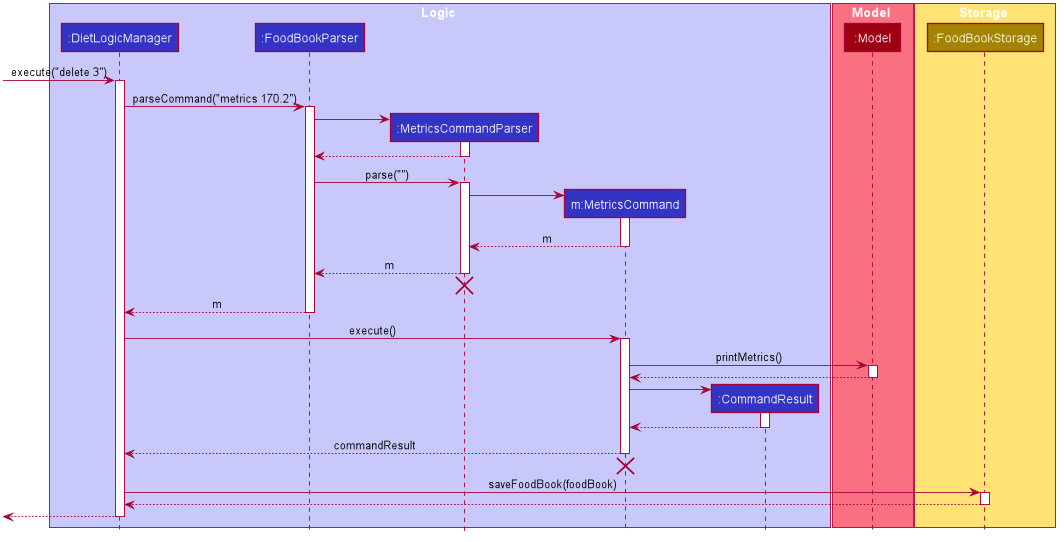
Earlier version of the PlantUML export images/DietTrackerMetricsCommandSequenceDiagram.png (AY1920S2-CS2103T-W13-1/main).
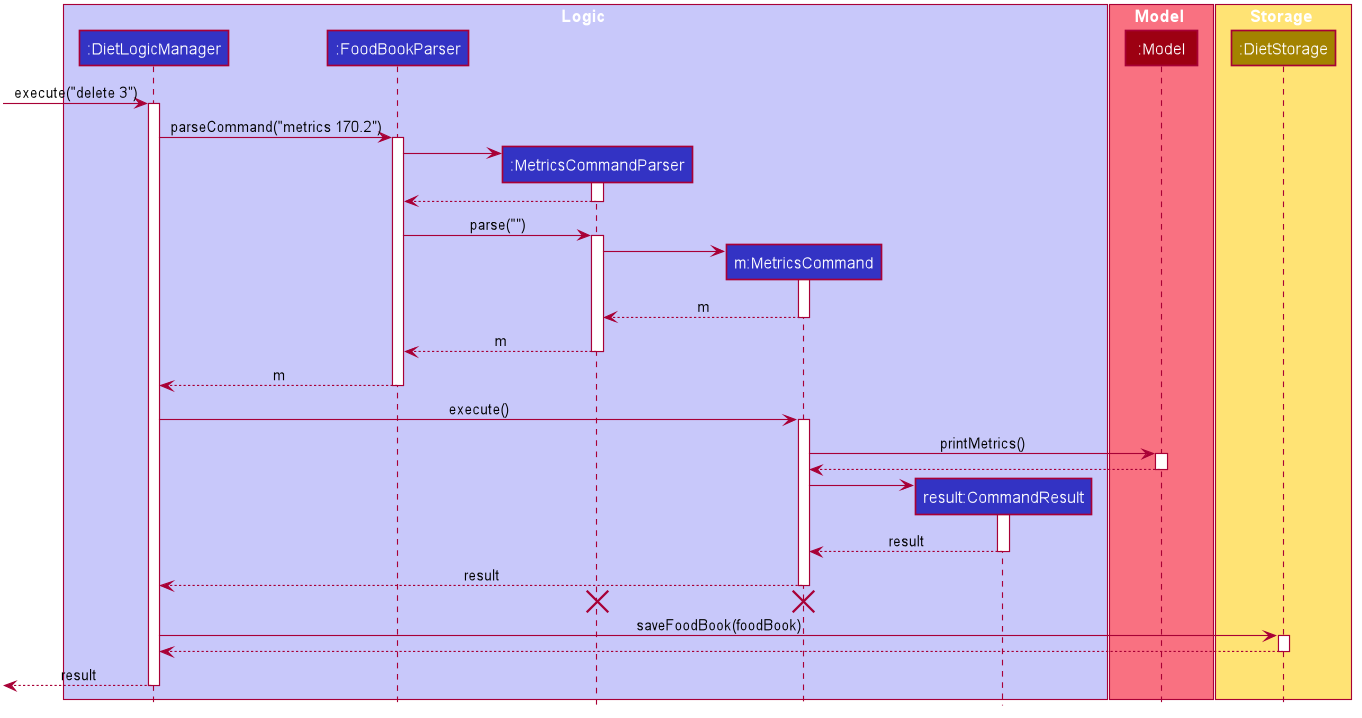
The same diagram one commit later.

Diff of the diagram source:
```diff
@@ -54,7 +54,7 @@
 participant ":FoodBookParser" as FoodBookParser #3333C4
 participant ":MetricsCommandParser" as MetricsCommandParser #3333C4
 participant "m:MetricsCommand" as MetricsCommand #3333C4
-participant ":CommandResult" as CommandResult #3333C4
+participant "result:CommandResult" as CommandResult #3333C4
 end box
 
 box Model #F97181
@@ -62,7 +62,7 @@
 end box
 
 box Storage #FFE374
-participant ":FoodBookStorage" as FoodBookStorage #A38300
+participant ":DietStorage" as FoodBookStorage #A38300
 end box
 
 [-> LogicManager : execute("delete 3")
@@ -90,8 +90,6 @@
 
 MetricsCommandParser --> FoodBookParser : m
 deactivate MetricsCommandParser
-MetricsCommandParser -[hidden]-> FoodBookParser
-destroy MetricsCommandParser
 
 FoodBookParser --> LogicManager : m
 deactivate FoodBookParser
@@ -109,14 +107,15 @@
 MetricsCommand -> CommandResult
 activate CommandResult
 
-CommandResult --> MetricsCommand
+CommandResult --> MetricsCommand : result
 deactivate CommandResult
 
-MetricsCommand --> LogicManager : commandResult
+MetricsCommand --> LogicManager : result
 deactivate MetricsCommand
 
 MetricsCommand -[hidden]-> LogicManager
 destroy MetricsCommand
+destroy MetricsCommandParser
 
 LogicManager -> FoodBookStorage : saveFoodBook(foodBook)
 activate FoodBookStorage
@@ -124,6 +123,6 @@
 FoodBookStorage --> LogicManager
 deactivate FoodBookStorage
 
-[<--LogicManager
+[<--LogicManager : result
 deactivate LogicManager
 @enduml
```
